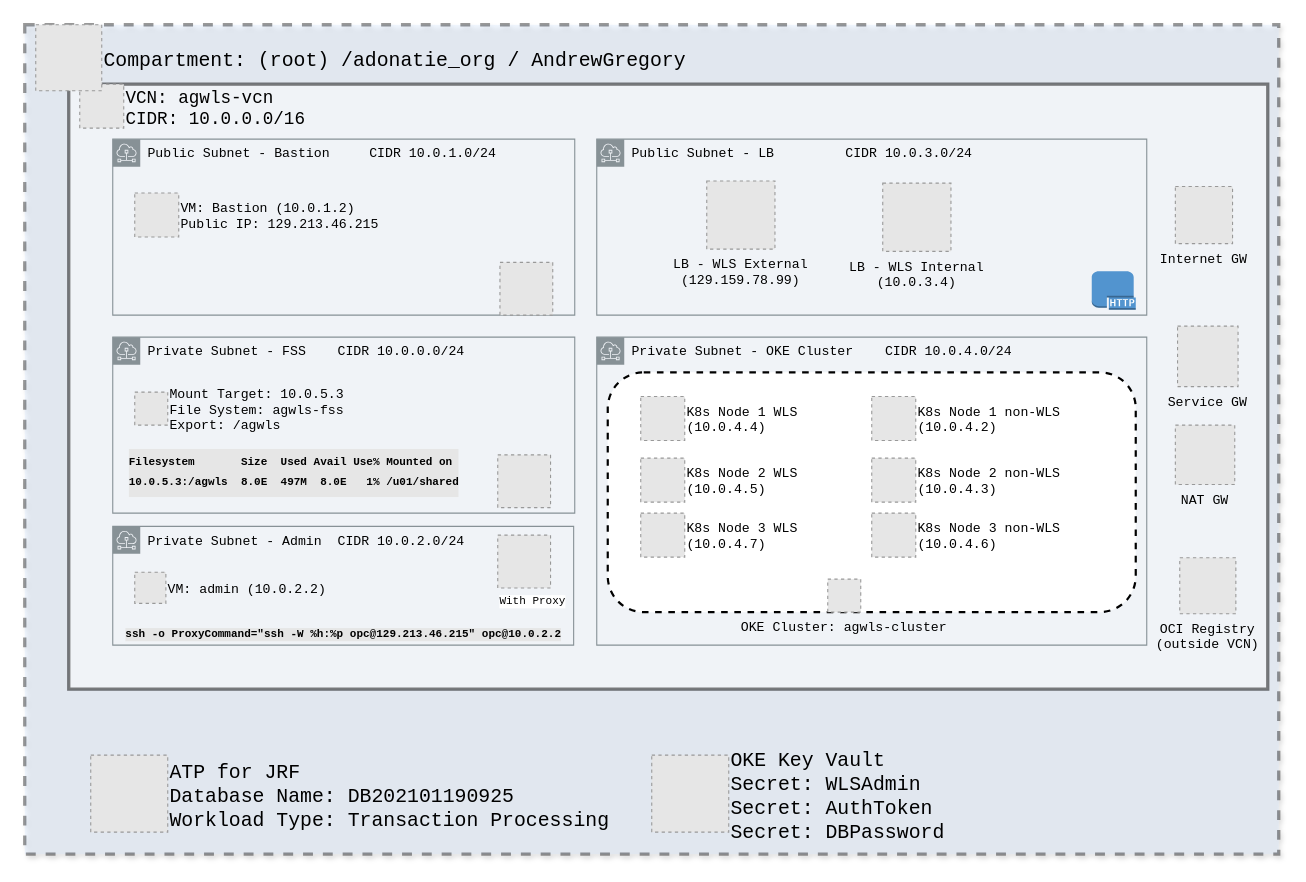
Before: OCI-Rabbit.drawio in agregory999/oci-rabbit-bridge, a draw.io diagram. Source tidied: cells renumbered, new cells numbered last; positions are measured from the earlier drawing's top-left corner, leaving out a move shared by most shapes. Both pictures are drawn from the tidied source at 110%, with x=0, y=0 at pixel (24, 24). Pictures stored in the file or linked from it are replaced by grey dashed boxes.
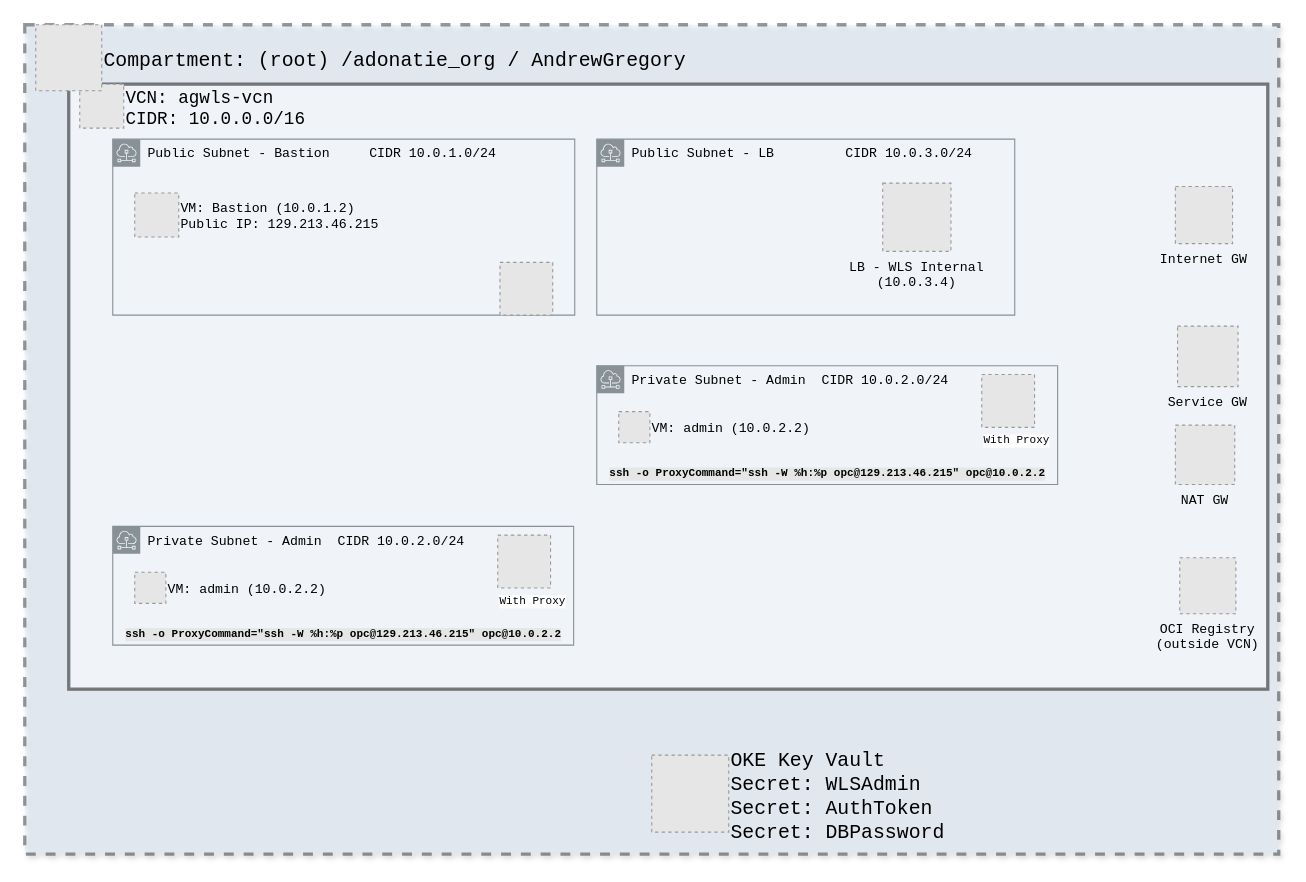
The same page after the edit.

Diff of the diagram source:
```diff
@@
     <mxCell id="6" value="Public Subnet - LB &amp;nbsp; &amp;nbsp; &amp;nbsp; &amp;nbsp; CIDR 10.0.3.0/24&amp;nbsp;" style="gradientColor=none;html=1;whiteSpace=wrap;fontSize=12;fontStyle=0;shape=mxgraph.aws4.group;grIcon=mxgraph.aws4.group_subnet;strokeColor=#879196;fillColor=none;verticalAlign=top;align=left;spacingLeft=30;dashed=0;fontFamily=Courier New;" parent="1" vertex="1">
-      <mxGeometry x="520" y="104" width="500" height="160" as="geometry" />
+      <mxGeometry x="520" y="104" width="380" height="160" as="geometry" />
     </mxCell>
@@
-    <mxCell id="8" value="LB - WLS External&#10;(129.159.78.99)" style="fillColor=#E6E6E6;strokeColor=#999999;dashed=1;verticalLabelPosition=bottom;verticalAlign=top;rotation=0;fontFamily=Courier New;" parent="1" vertex="1">
-      <mxGeometry x="620" y="142" width="62" height="62" as="geometry" />
-    </mxCell>
@@
-    <mxCell id="14" style="group;fontFamily=Courier New;" parent="1" vertex="1">
-      <mxGeometry x="670" y="69" width="350" height="495" as="geometry" />
-    </mxCell>
-    <mxCell id="15" style="group;fontFamily=Courier New;" parent="14" vertex="1">
-      <mxGeometry x="-150" y="215" width="500" height="280" as="geometry" />
-    </mxCell>
-    <mxCell id="16" style="rounded=1;whiteSpace=wrap;html=1;strokeWidth=2;dashed=1;fontFamily=Courier New;" parent="15" vertex="1">
-      <mxGeometry x="10" y="32" width="480" height="218" as="geometry" />
-    </mxCell>
-    <mxCell id="17" value="&lt;font color=&quot;#000000&quot;&gt;Private Subnet - OKE Cluster &amp;nbsp; &amp;nbsp;CIDR 10.0.4.0/24&lt;/font&gt;" style="gradientColor=none;html=1;whiteSpace=wrap;fontSize=12;fontStyle=0;shape=mxgraph.aws4.group;grIcon=mxgraph.aws4.group_subnet;strokeColor=#879196;fillColor=none;verticalAlign=top;align=left;spacingLeft=30;fontColor=#879196;dashed=0;fontFamily=Courier New;" parent="15" vertex="1">
-      <mxGeometry width="500" height="280" as="geometry" />
-    </mxCell>
-    <mxCell id="18" value="OKE Cluster: agwls-cluster" style="fillColor=#E6E6E6;strokeColor=#999999;dashed=1;verticalLabelPosition=bottom;verticalAlign=top;fontFamily=Courier New;" parent="15" vertex="1">
-      <mxGeometry x="210" y="220" width="30" height="30" as="geometry" />
-    </mxCell>
-    <mxCell id="19" value="K8s Node 1 WLS&#10;(10.0.4.4)" style="fillColor=#E6E6E6;strokeColor=#999999;dashed=1;verticalLabelPosition=middle;verticalAlign=middle;fontFamily=Courier New;labelPosition=right;align=left;" parent="15" vertex="1">
-      <mxGeometry x="40" y="54" width="40" height="40" as="geometry" />
-    </mxCell>
-    <mxCell id="20" value="K8s Node 1 non-WLS&#10;(10.0.4.2)" style="fillColor=#E6E6E6;strokeColor=#999999;dashed=1;verticalLabelPosition=middle;verticalAlign=middle;fontFamily=Courier New;labelPosition=right;align=left;" parent="15" vertex="1">
-      <mxGeometry x="250" y="54" width="40" height="40" as="geometry" />
-    </mxCell>
-    <mxCell id="21" value="K8s Node 2 non-WLS&#10;(10.0.4.3)" style="fillColor=#E6E6E6;strokeColor=#999999;dashed=1;verticalLabelPosition=middle;verticalAlign=middle;fontFamily=Courier New;labelPosition=right;align=left;" parent="15" vertex="1">
-      <mxGeometry x="250" y="110" width="40" height="40" as="geometry" />
-    </mxCell>
-    <mxCell id="22" value="K8s Node 2 WLS&#10;(10.0.4.5)" style="fillColor=#E6E6E6;strokeColor=#999999;dashed=1;verticalLabelPosition=middle;verticalAlign=middle;fontFamily=Courier New;labelPosition=right;align=left;" parent="15" vertex="1">
-      <mxGeometry x="40" y="110" width="40" height="40" as="geometry" />
-    </mxCell>
-    <mxCell id="23" value="K8s Node 3 WLS&#10;(10.0.4.7)" style="fillColor=#E6E6E6;strokeColor=#999999;dashed=1;verticalLabelPosition=middle;verticalAlign=middle;fontFamily=Courier New;labelPosition=right;align=left;" parent="15" vertex="1">
-      <mxGeometry x="40" y="160" width="40" height="40" as="geometry" />
-    </mxCell>
-    <mxCell id="24" value="K8s Node 3 non-WLS&#10;(10.0.4.6)" style="fillColor=#E6E6E6;strokeColor=#999999;dashed=1;verticalLabelPosition=middle;verticalAlign=middle;fontFamily=Courier New;labelPosition=right;align=left;" parent="15" vertex="1">
-      <mxGeometry x="250" y="160" width="40" height="40" as="geometry" />
-    </mxCell>
-    <mxCell id="25" style="dashed=0;verticalLabelPosition=bottom;verticalAlign=top;align=center;html=1;shape=mxgraph.aws3.http_protocol;fillColor=#5294CF;gradientColor=none;rounded=1;labelBackgroundColor=#E6E6E6;strokeWidth=2;fontFamily=Courier New;fontSize=10;fontColor=#3333FF;" parent="14" vertex="1">
-      <mxGeometry x="300" y="155" width="40" height="35" as="geometry" />
-    </mxCell>
@@
-    <mxCell id="31" value="Private Subnet - FSS &amp;nbsp; &amp;nbsp;CIDR 10.0.0.0/24" style="gradientColor=none;html=1;whiteSpace=wrap;fontSize=12;fontStyle=0;shape=mxgraph.aws4.group;grIcon=mxgraph.aws4.group_subnet;strokeColor=#879196;fillColor=none;verticalAlign=top;align=left;spacingLeft=30;dashed=0;fontFamily=Courier New;" parent="1" vertex="1">
-      <mxGeometry x="80" y="284" width="420" height="160" as="geometry" />
-    </mxCell>
-    <mxCell id="32" value="Mount Target: 10.0.5.3&#10;File System: agwls-fss&#10;Export: /agwls" style="fillColor=#E6E6E6;strokeColor=#999999;dashed=1;verticalLabelPosition=middle;verticalAlign=middle;fontFamily=Courier New;align=left;labelPosition=right;" parent="1" vertex="1">
-      <mxGeometry x="100" y="334" width="30" height="30" as="geometry" />
-    </mxCell>
-    <mxCell id="33" value="&lt;h1 style=&quot;font-size: 10px;&quot;&gt;&lt;font style=&quot;font-size: 10px;&quot;&gt;Filesystem &amp;nbsp; &amp;nbsp; &amp;nbsp; Size &amp;nbsp;Used Avail Use% Mounted on&lt;/font&gt;&lt;/h1&gt;&lt;h1 style=&quot;font-size: 10px;&quot;&gt;&lt;font style=&quot;font-size: 10px;&quot;&gt;10.0.5.3:/agwls &amp;nbsp;8.0E &amp;nbsp;497M &amp;nbsp;8.0E &amp;nbsp; 1% /u01/shared&lt;/font&gt;&lt;/h1&gt;" style="text;html=1;strokeColor=none;fillColor=none;spacing=5;spacingTop=-20;whiteSpace=wrap;overflow=hidden;rounded=0;dashed=1;fontSize=10;labelBackgroundColor=#E6E6E6;fontFamily=Courier New;" parent="1" vertex="1">
-      <mxGeometry x="90" y="396" width="320" height="38" as="geometry" />
-    </mxCell>
@@
-    <mxCell id="35" value="ATP for JRF&#10;Database Name: DB202101190925&#10;Workload Type: Transaction Processing" style="fillColor=#E6E6E6;strokeColor=#999999;dashed=1;verticalLabelPosition=middle;verticalAlign=middle;labelBackgroundColor=none;fontFamily=Courier New;fontSize=18;fontColor=#000000;align=left;labelPosition=right;" parent="1" vertex="1">
-      <mxGeometry x="60" y="664" width="70" height="70" as="geometry" />
-    </mxCell>
@@
-    <mxCell id="38" style="fillColor=#E6E6E6;strokeColor=#999999;dashed=1;html=1;verticalAlign=top;verticalLabelPosition=bottom;labelBackgroundColor=#ffffff;fontFamily=Courier New;fontSize=16;fontColor=#000000;align=left;" parent="1" vertex="1">
-      <mxGeometry x="430" y="391" width="48" height="48" as="geometry" />
-    </mxCell>
+    <mxCell id="39" style="group;fontFamily=Courier New;" parent="1" vertex="1">
+      <mxGeometry x="520" y="310" width="420" height="108" as="geometry" />
+    </mxCell>
+    <mxCell id="40" value="&lt;font color=&quot;#000000&quot;&gt;Private Subnet - Admin &amp;nbsp;CIDR 10.0.2.0/24&lt;/font&gt;" style="gradientColor=none;html=1;whiteSpace=wrap;fontSize=12;fontStyle=0;shape=mxgraph.aws4.group;grIcon=mxgraph.aws4.group_subnet;strokeColor=#879196;fillColor=none;verticalAlign=top;align=left;spacingLeft=30;fontColor=#879196;dashed=0;fontFamily=Courier New;" parent="39" vertex="1">
+      <mxGeometry width="419" height="108" as="geometry" />
+    </mxCell>
+    <mxCell id="41" value="VM: admin (10.0.2.2)" style="fillColor=#E6E6E6;strokeColor=#999999;dashed=1;verticalLabelPosition=middle;verticalAlign=middle;fontFamily=Courier New;align=left;labelPosition=right;" parent="39" vertex="1">
+      <mxGeometry x="20" y="41.7" width="28.3" height="28.3" as="geometry" />
+    </mxCell>
+    <mxCell id="42" value="&lt;font color=&quot;#000000&quot; style=&quot;font-size: 10px;&quot;&gt;ssh -o ProxyCommand=&quot;ssh -W %h:%p opc@129.213.46.215&quot; opc@10.0.2.2&lt;/font&gt;" style="text;html=1;strokeColor=none;fillColor=none;align=center;verticalAlign=middle;whiteSpace=wrap;rounded=0;dashed=1;fontSize=10;fontColor=#3333FF;fontStyle=1;labelBackgroundColor=#E6E6E6;fontFamily=Courier New;" parent="39" vertex="1">
+      <mxGeometry y="88" width="420" height="20" as="geometry" />
+    </mxCell>
+    <mxCell id="43" value="With Proxy" style="fillColor=#E6E6E6;strokeColor=#999999;dashed=1;html=1;verticalAlign=top;verticalLabelPosition=bottom;labelBackgroundColor=#ffffff;fontFamily=Courier New;fontSize=10;align=left;" parent="39" vertex="1">
+      <mxGeometry x="350" y="8" width="48" height="48" as="geometry" />
+    </mxCell>
```
